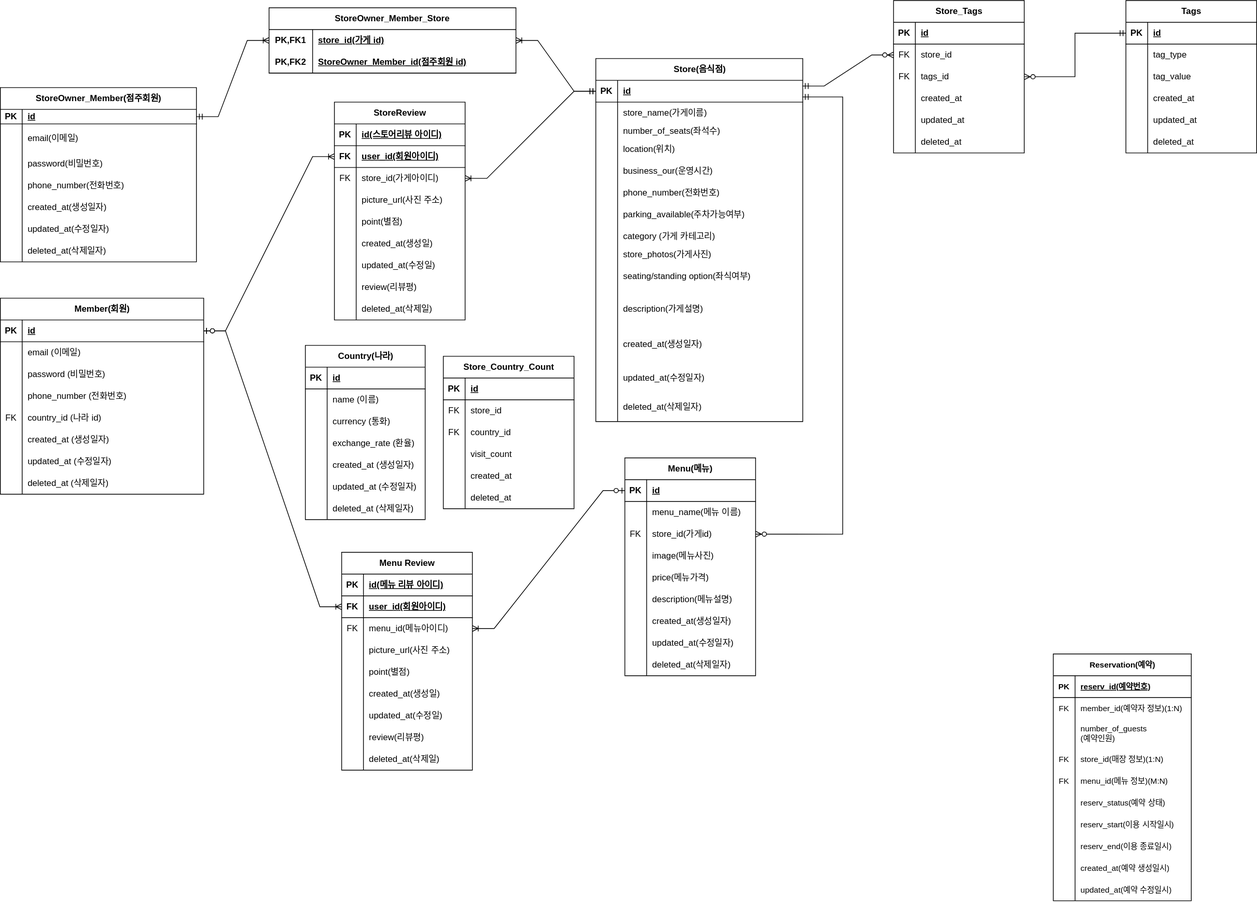
This is document/samsik.svg from gunsight1/boot-up1-samsik, a draw.io export, as it was before one commit. Source tidied: cells renumbered, new cells last; positions are measured from the earlier drawing's top-left corner, leaving out a move shared by most shapes.
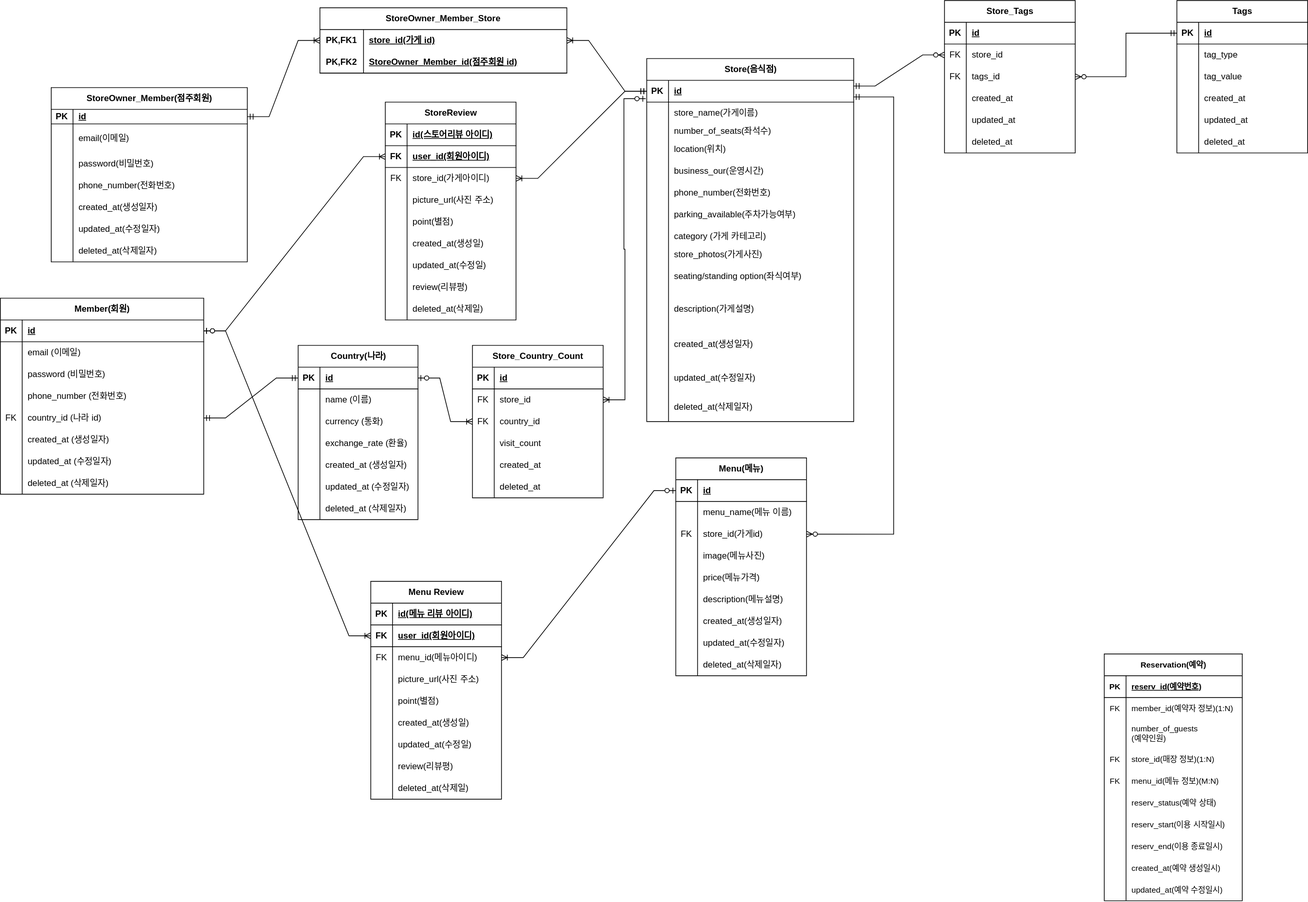
The same file after the commit.

Diff of the diagram source:
```diff
@@ -273,7 +273,7 @@
       <mxGeometry x="30" width="150" height="30" as="geometry" />
     </mxCell>
     <mxCell id="92" value="Store_Country_Count" style="shape=table;startSize=30;rowLines=0;fontStyle=1;align=center;html=1;" parent="1" vertex="1">
-      <mxGeometry x="610" y="490" width="180" height="210" as="geometry" />
+      <mxGeometry x="580" y="475" width="180" height="210" as="geometry" />
     </mxCell>
     <mxCell id="93" style="shape=tableRow;horizontal=0;startSize=0;swimlaneHead=0;swimlaneBody=0;fillColor=none;top=0;left=0;right=0;bottom=1;" parent="92" vertex="1">
       <mxGeometry y="30" width="180" height="30" as="geometry" />
@@ -498,7 +498,7 @@
       <mxGeometry x="30" width="150" height="30" as="geometry" />
     </mxCell>
     <mxCell id="167" value="Menu Review" style="shape=table;startSize=30;rowLines=0;fontStyle=1;align=center;html=1;" parent="1" vertex="1">
-      <mxGeometry x="470" y="760" width="180" height="300" as="geometry" />
+      <mxGeometry x="440" y="800" width="180" height="300" as="geometry" />
     </mxCell>
     <mxCell id="168" style="shape=tableRow;horizontal=0;startSize=0;swimlaneHead=0;swimlaneBody=0;fillColor=none;top=0;left=0;right=0;bottom=1;" parent="167" vertex="1">
       <mxGeometry y="30" width="180" height="30" as="geometry" />
@@ -686,7 +686,7 @@
       <mxGeometry x="660" y="988" width="310" height="27" as="geometry" />
     </mxCell>
     <mxCell id="228" value="Member(회원)" style="shape=table;startSize=30;rowLines=0;fontStyle=1;align=center;html=1;" parent="1" vertex="1">
-      <mxGeometry y="410" width="280" height="270" as="geometry" />
+      <mxGeometry x="-70" y="410" width="280" height="270" as="geometry" />
     </mxCell>
     <mxCell id="229" style="shape=tableRow;horizontal=0;startSize=0;swimlaneHead=0;swimlaneBody=0;fillColor=none;points=[[0,0.5],[1,0.5]];portConstraint=eastwest;top=0;left=0;right=0;bottom=1;" parent="228" vertex="1">
       <mxGeometry y="30" width="280" height="30" as="geometry" />
@@ -761,7 +761,7 @@
       <mxGeometry x="30" width="250" height="30" as="geometry" />
     </mxCell>
     <mxCell id="253" value="Country(나라)" style="shape=table;startSize=30;rowLines=0;fontStyle=1;align=center;html=1;" parent="1" vertex="1">
-      <mxGeometry x="420" y="475" width="165" height="240" as="geometry" />
+      <mxGeometry x="340" y="475" width="165" height="240" as="geometry" />
     </mxCell>
     <mxCell id="254" style="shape=tableRow;horizontal=0;startSize=0;swimlaneHead=0;swimlaneBody=0;fillColor=none;points=[[0,0.5],[1,0.5]];portConstraint=eastwest;top=0;left=0;right=0;bottom=1;" parent="253" vertex="1">
       <mxGeometry y="30" width="165" height="30" as="geometry" />
@@ -921,5 +921,18 @@
     <mxCell id="304" style="edgeStyle=entityRelationEdgeStyle;fontSize=12;html=1;endArrow=ERoneToMany;startArrow=ERzeroToOne;rounded=0;exitX=0;exitY=0.5;exitDx=0;exitDy=0;entryX=1;entryY=0.5;entryDx=0;entryDy=0;" parent="1" edge="1" source="112" target="174">
       <mxGeometry relative="1" as="geometry" />
     </mxCell>
+    <mxCell id="305" style="edgeStyle=entityRelationEdgeStyle;fontSize=12;html=1;endArrow=ERmandOne;startArrow=ERmandOne;rounded=0;exitX=1;exitY=0.5;exitDx=0;exitDy=0;entryX=0;entryY=0.5;entryDx=0;entryDy=0;" parent="1" edge="1" source="241" target="254">
+      <mxGeometry relative="1" as="geometry" />
+    </mxCell>
+    <mxCell id="306" style="edgeStyle=entityRelationEdgeStyle;fontSize=12;html=1;endArrow=ERoneToMany;startArrow=ERzeroToOne;rounded=0;exitX=1;exitY=0.5;exitDx=0;exitDy=0;entryX=0;entryY=0.5;entryDx=0;entryDy=0;" parent="1" edge="1" source="254" target="99">
+      <mxGeometry relative="1" as="geometry" />
+    </mxCell>
+    <mxCell id="307" style="edgeStyle=entityRelationEdgeStyle;fontSize=12;html=1;endArrow=ERoneToMany;startArrow=ERzeroToOne;rounded=0;exitX=-0.005;exitY=0.843;exitDx=0;exitDy=0;entryX=1;entryY=0.5;entryDx=0;entryDy=0;exitPerimeter=0;" parent="1" edge="1" source="3" target="96">
+      <mxGeometry relative="1" as="geometry">
+        <Array as="points">
+          <mxPoint x="770" y="340" />
+        </Array>
+      </mxGeometry>
+    </mxCell>
   </root>
 </mxGraphModel>
```
